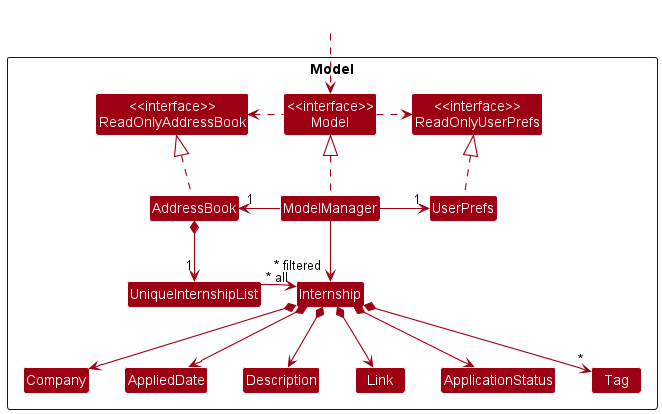
Earlier version of the PlantUML export docs/images/ModelClassDiagram.png (nus-cs2103-AY2223S1/tp).
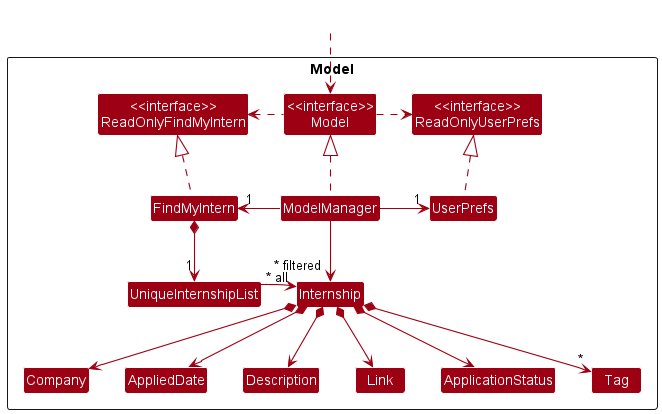
Above is the later version.

The edit, as a diff of the source:
```diff
@@ -5,10 +5,10 @@
 skinparam classBackgroundColor MODEL_COLOR
 
 Package Model <<Rectangle>>{
-Class "<<interface>>\nReadOnlyAddressBook" as ReadOnlyAddressBook
+Class "<<interface>>\nReadOnlyFindMyIntern" as ReadOnlyFindMyIntern
 Class "<<interface>>\nReadOnlyUserPrefs" as ReadOnlyUserPrefs
 Class "<<interface>>\nModel" as Model
-Class AddressBook
+Class FindMyIntern
 Class ModelManager
 Class UserPrefs
 
@@ -26,16 +26,16 @@
 Class HiddenOutside #FFFFFF
 HiddenOutside ..> Model
 
-AddressBook .up.|> ReadOnlyAddressBook
+FindMyIntern .up.|> ReadOnlyFindMyIntern
 
 ModelManager .up.|> Model
 Model .right.> ReadOnlyUserPrefs
-Model .left.> ReadOnlyAddressBook
-ModelManager -left-> "1" AddressBook
+Model .left.> ReadOnlyFindMyIntern
+ModelManager -left-> "1" FindMyIntern
 ModelManager -right-> "1" UserPrefs
 UserPrefs .up.|> ReadOnlyUserPrefs
 
-AddressBook *--> "1" UniqueInternshipList
+FindMyIntern *--> "1" UniqueInternshipList
 UniqueInternshipList -[hidden]right-> "~* all" Internship
 UniqueInternshipList --> "~* all" Internship
 Internship *--> Company
```
